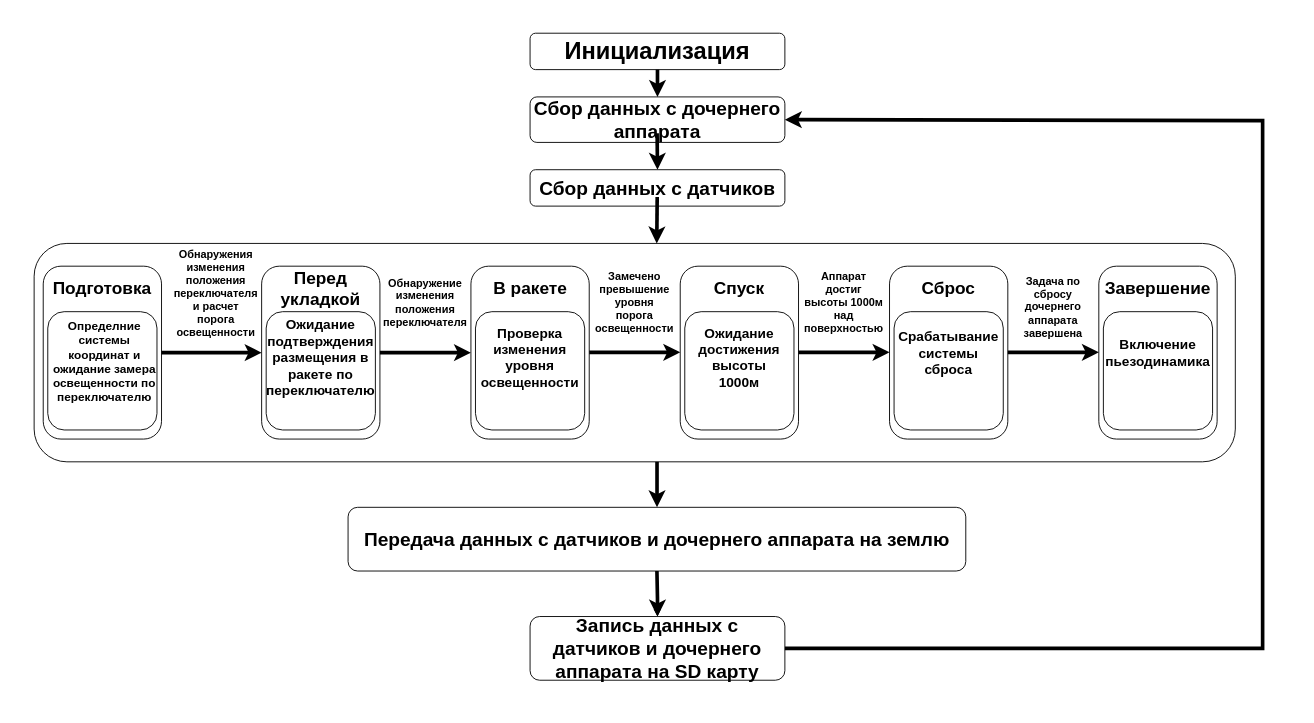
Before: doc/алгоритм работы аппарата ма.drawio in cansat-tsniimash/cansat-KNPN-S, a draw.io diagram. Source tidied: cells renumbered, new cells numbered last; positions are measured from the earlier drawing's top-left corner, leaving out a move shared by most shapes. Both pictures are drawn from the tidied source at 91%, with x=0, y=0 at pixel (15, 15).
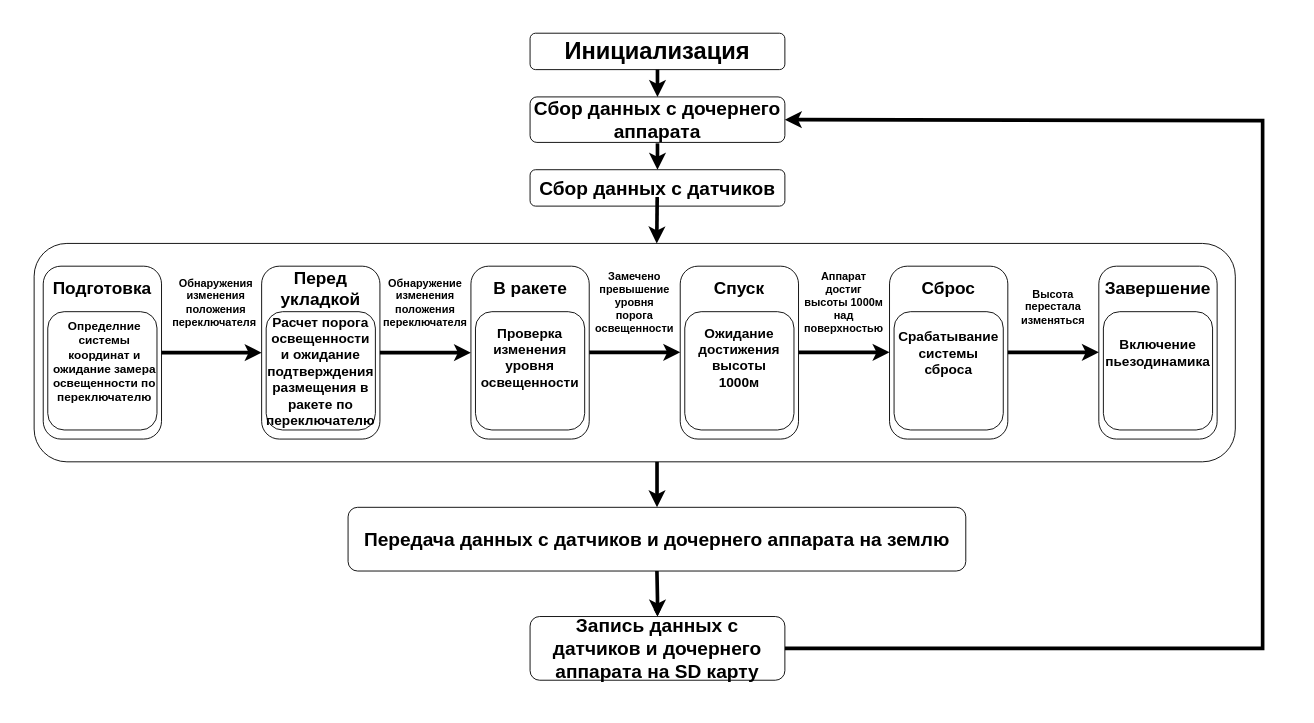
The same diagram, later.

Commit message (it also covers changes not shown here):
поправил алгорит работы да, ма. поправил схему подключения да, ма. внес изменения в ioc файл. сделал программу палета. сделал схему обмена данными ма да

The change refers to these unchanged cells:
```xml
<mxCell id="43" value="&lt;b&gt;&lt;font style=&quot;font-size: 21px;&quot;&gt;Сбор данных с датчиков&lt;/font&gt;&lt;/b&gt;" style="rounded=1;whiteSpace=wrap;html=1;fillColor=default;" parent="1" vertex="1">
  <mxGeometry x="565" y="169" width="280" height="40" as="geometry" />
</mxCell>
```

Change to the diagram source:
```diff
@@
-    <mxCell id="8" style="endArrow=classic;html=1;rounded=0;exitX=0.5;exitY=1;exitDx=0;exitDy=0;fontSize=15;strokeWidth=4;strokeColor=#000000;entryX=0.5;entryY=0;entryDx=0;entryDy=0;" parent="1" edge="1" target="43">
+    <mxCell id="8" style="endArrow=classic;html=1;rounded=0;fontSize=15;strokeWidth=4;strokeColor=#000000;entryX=0.5;entryY=0;entryDx=0;entryDy=0;" parent="1" edge="1" target="43">
       <mxGeometry relative="1" as="geometry">
-        <mxPoint x="704.6" y="129" as="sourcePoint" />
+        <mxPoint x="705" y="140" as="sourcePoint" />
       </mxGeometry>
     </mxCell>
@@
-    <mxCell id="30" value="Ожидание подтверждения размещения в ракете по переключателю" style="text;html=1;align=center;verticalAlign=middle;whiteSpace=wrap;rounded=0;fontStyle=1;fontSize=15;" parent="1" vertex="1">
-      <mxGeometry x="295" y="355" width="80" height="40" as="geometry" />
+    <mxCell id="30" value="&lt;font&gt;Расчет порога освещенности и&amp;nbsp;ожидание подтверждения размещения в ракете по переключателю&lt;/font&gt;" style="text;html=1;align=center;verticalAlign=middle;whiteSpace=wrap;rounded=0;fontStyle=1;fontSize=15;" parent="1" vertex="1">
+      <mxGeometry x="295" y="370" width="80" height="40" as="geometry" />
     </mxCell>
@@
-    <mxCell id="42" value="Задача по сбросу дочернего аппарата завершена" style="text;html=1;align=center;verticalAlign=middle;whiteSpace=wrap;rounded=0;fontStyle=1;fontSize=12;" parent="1" vertex="1">
+    <mxCell id="42" value="Высота перестала изменяться" style="text;html=1;align=center;verticalAlign=middle;whiteSpace=wrap;rounded=0;fontStyle=1;fontSize=12;" parent="1" vertex="1">
       <mxGeometry x="1100" y="300" width="80" height="40" as="geometry" />
     </mxCell>
@@
-    <mxCell id="50" value="Обнаружения изменения положения переключателя и расчет порога освещенности" style="text;html=1;align=center;verticalAlign=middle;whiteSpace=wrap;rounded=0;fontStyle=1;fontSize=12;" parent="1" vertex="1">
-      <mxGeometry x="180" y="285" width="80" height="40" as="geometry" />
+    <mxCell id="50" value="Обнаружения изменения положения переключателя&amp;nbsp;" style="text;html=1;align=center;verticalAlign=middle;whiteSpace=wrap;rounded=0;fontStyle=1;fontSize=12;" parent="1" vertex="1">
+      <mxGeometry x="180" y="295" width="80" height="40" as="geometry" />
     </mxCell>
+    <mxCell id="51" style="edgeStyle=orthogonalEdgeStyle;rounded=0;orthogonalLoop=1;jettySize=auto;html=1;exitX=0.5;exitY=1;exitDx=0;exitDy=0;" parent="1" edge="1" source="30" target="30">
+      <mxGeometry relative="1" as="geometry" />
+    </mxCell>
```
